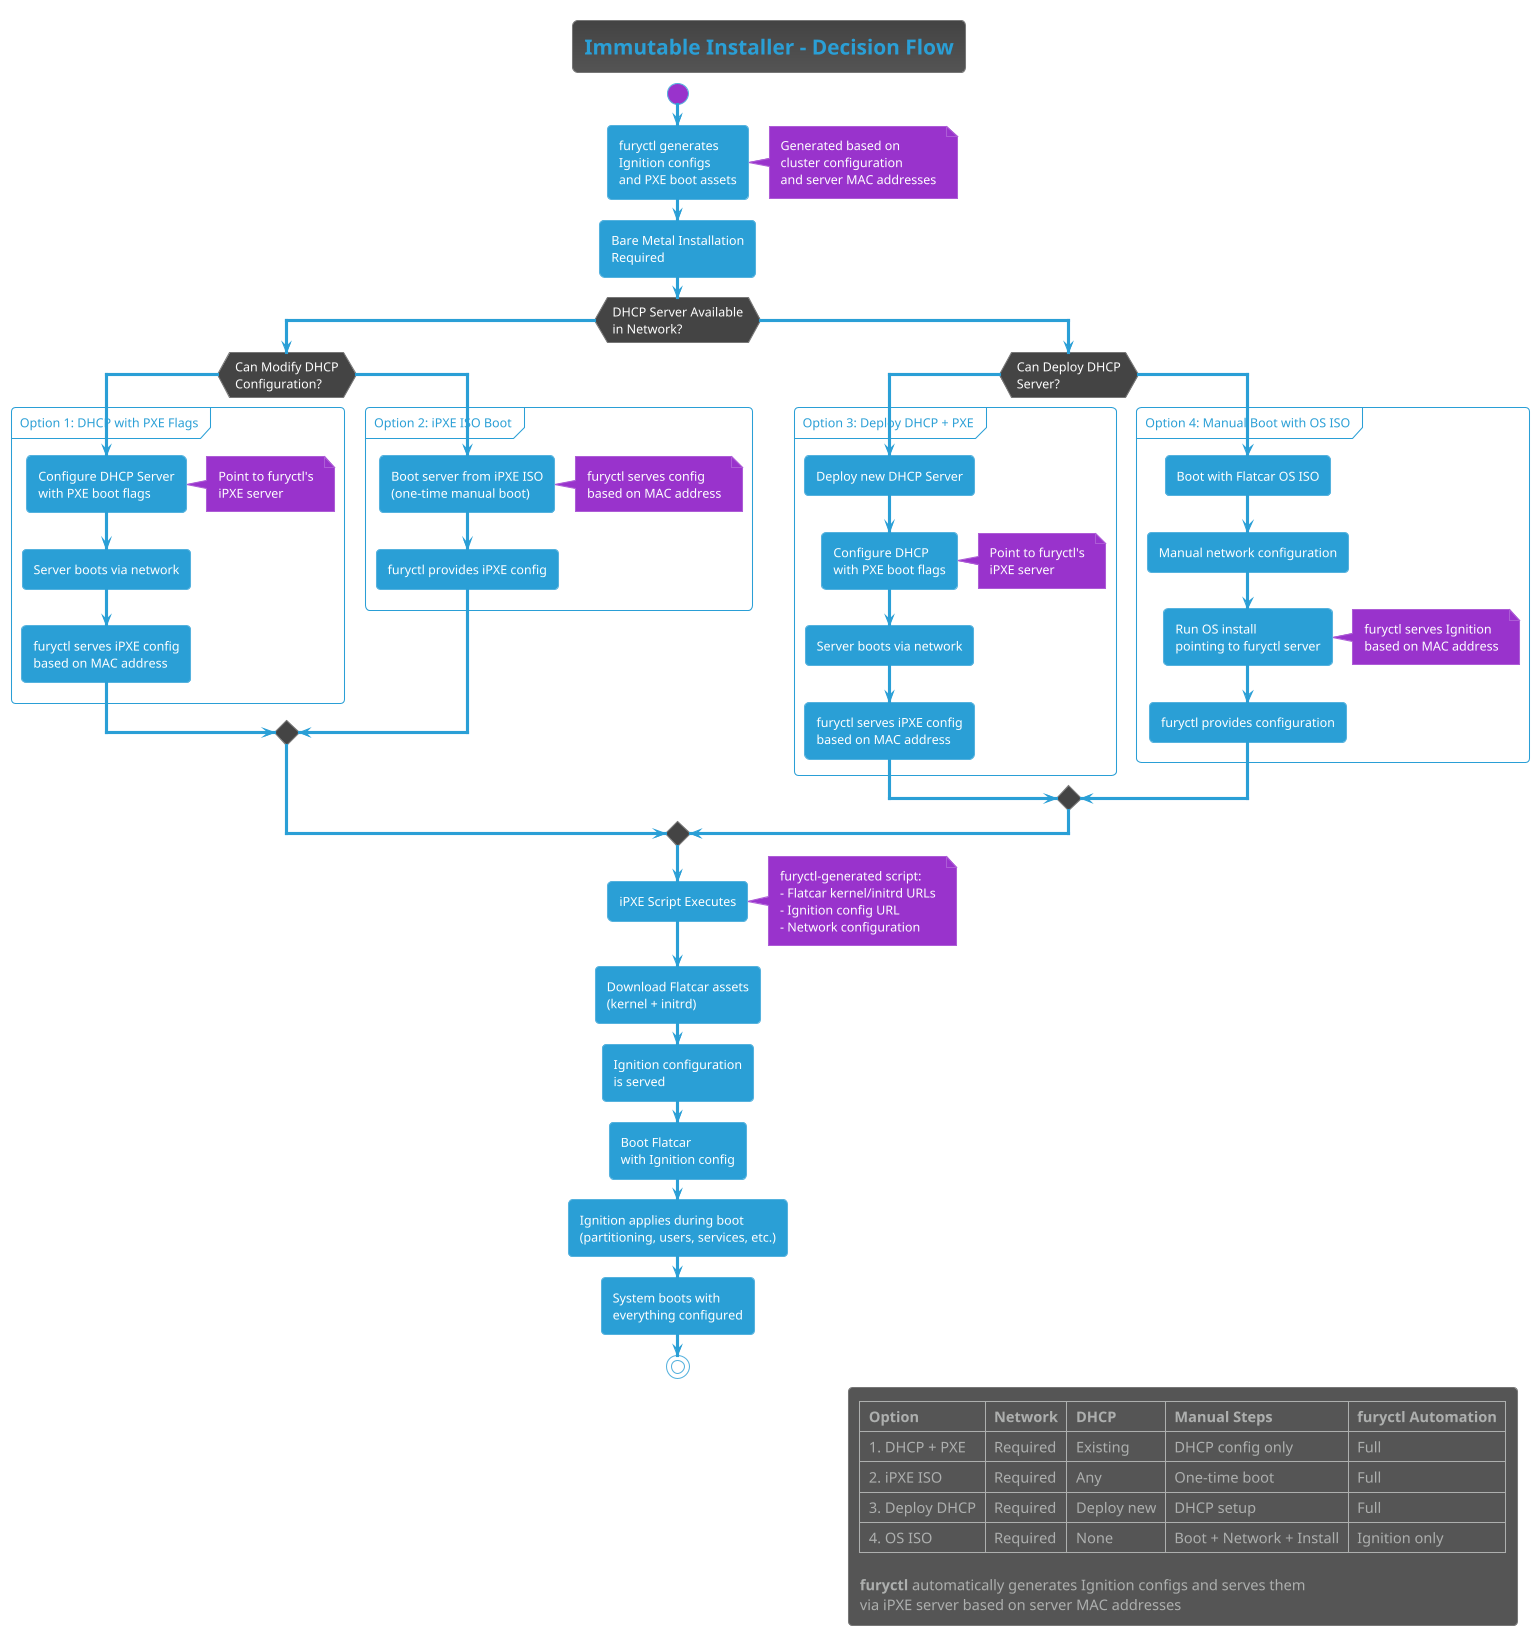
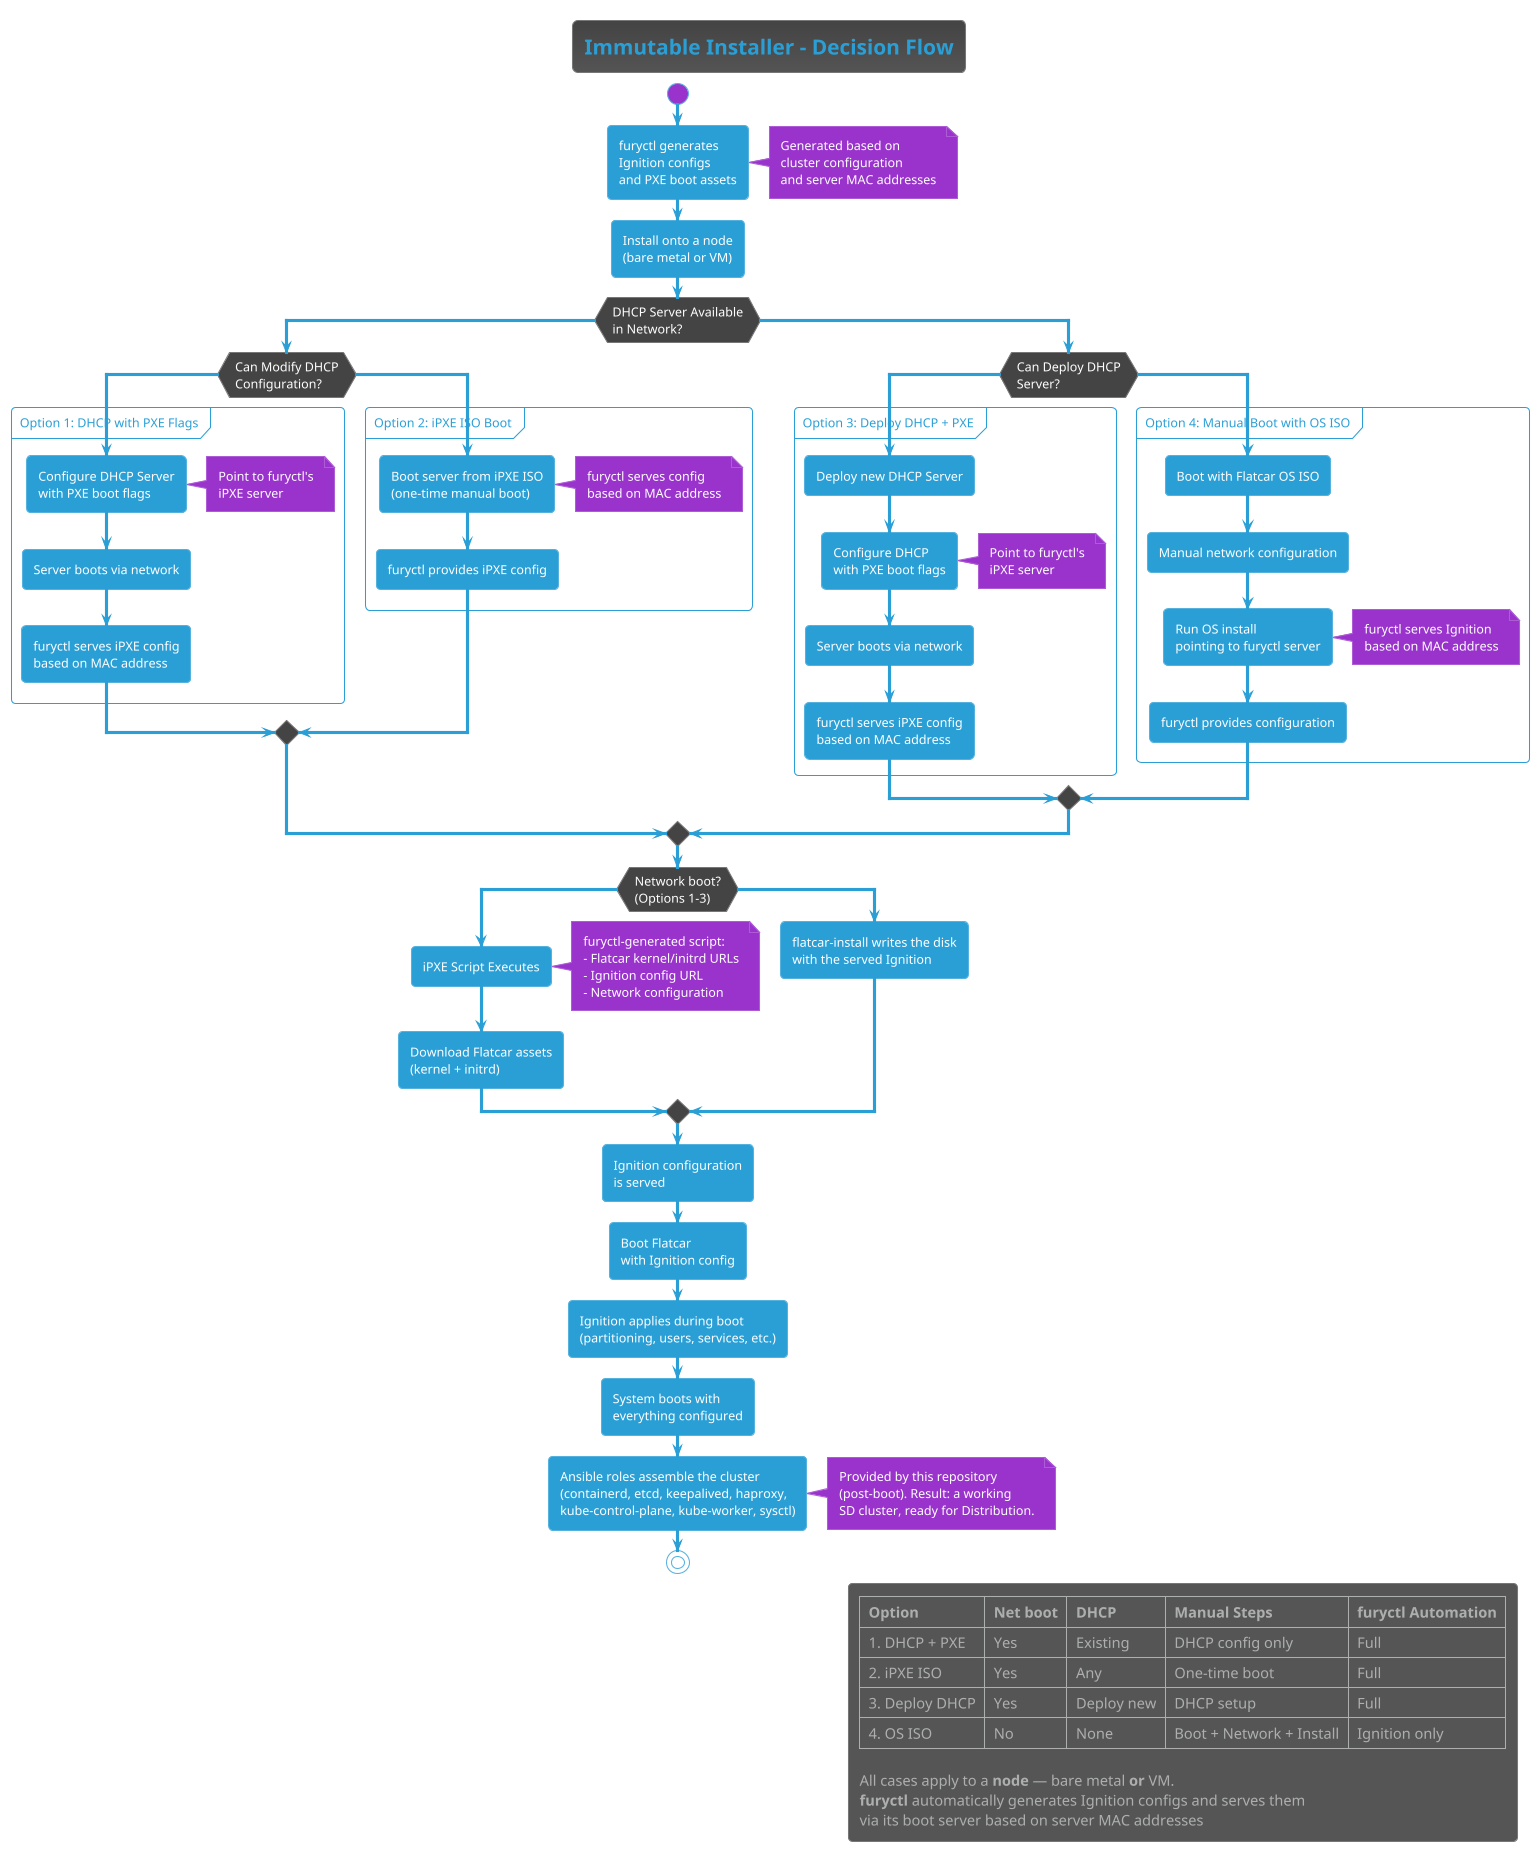
- @startuml Immutable Installer Decision Flow
+ @startuml immutable-baremetal-decision
!theme cyborg

title Immutable Installer - Decision Flow

start

:furyctl generates\nIgnition configs\nand PXE boot assets;
note right
  Generated based on
  cluster configuration
  and server MAC addresses
end note

- :Bare Metal Installation\nRequired;
+ :Install onto a node\n(bare metal or VM);

if (DHCP Server Available\nin Network?) then (yes)
  if (Can Modify DHCP\nConfiguration?) then (yes)
    partition "Option 1: DHCP with PXE Flags" {
      :Configure DHCP Server\nwith PXE boot flags;
      note right
        Point to furyctl's
        iPXE server
      end note
      :Server boots via network;
      :furyctl serves iPXE config\nbased on MAC address;
    }
  else (no)
    partition "Option 2: iPXE ISO Boot" {
      :Boot server from iPXE ISO\n(one-time manual boot);
      note right
        furyctl serves config
        based on MAC address
      end note
      :furyctl provides iPXE config;
    }
  endif
else (no)
  if (Can Deploy DHCP\nServer?) then (yes)
    partition "Option 3: Deploy DHCP + PXE" {
      :Deploy new DHCP Server;
      :Configure DHCP\nwith PXE boot flags;
      note right
        Point to furyctl's
        iPXE server
      end note
      :Server boots via network;
      :furyctl serves iPXE config\nbased on MAC address;
    }
  else (no)
    partition "Option 4: Manual Boot with OS ISO" {
      :Boot with Flatcar OS ISO;
      :Manual network configuration;
      :Run OS install\npointing to furyctl server;
      note right
        furyctl serves Ignition
        based on MAC address
      end note
      :furyctl provides configuration;
    }
  endif
endif

- :iPXE Script Executes;
- note right
-   furyctl-generated script:
-   - Flatcar kernel/initrd URLs
-   - Ignition config URL
-   - Network configuration
- end note
- 
- :Download Flatcar assets\n(kernel + initrd);
+ if (Network boot?\n(Options 1-3)) then (yes)
+   :iPXE Script Executes;
+   note right
+     furyctl-generated script:
+     - Flatcar kernel/initrd URLs
+     - Ignition config URL
+     - Network configuration
+   end note
+   :Download Flatcar assets\n(kernel + initrd);
+ else (no - Option 4: OS ISO)
+   :flatcar-install writes the disk\nwith the served Ignition;
+ endif

:Ignition configuration\nis served;

:Boot Flatcar\nwith Ignition config;

:Ignition applies during boot\n(partitioning, users, services, etc.);

:System boots with\neverything configured;

+ :Ansible roles assemble the cluster\n(containerd, etcd, keepalived, haproxy,\nkube-control-plane, kube-worker, sysctl);
+ note right
+   Provided by this repository
+   (post-boot). Result: a working
+   SD cluster, ready for Distribution.
+ end note
+ 
stop

legend right
-   |= Option |= Network |= DHCP |= Manual Steps |= furyctl Automation |
-   | 1. DHCP + PXE | Required | Existing | DHCP config only | Full |
-   | 2. iPXE ISO | Required | Any | One-time boot | Full |
-   | 3. Deploy DHCP | Required | Deploy new | DHCP setup | Full |
-   | 4. OS ISO | Required | None | Boot + Network + Install | Ignition only |
+   |= Option |= Net boot |= DHCP |= Manual Steps |= furyctl Automation |
+   | 1. DHCP + PXE | Yes | Existing | DHCP config only | Full |
+   | 2. iPXE ISO | Yes | Any | One-time boot | Full |
+   | 3. Deploy DHCP | Yes | Deploy new | DHCP setup | Full |
+   | 4. OS ISO | No | None | Boot + Network + Install | Ignition only |

+   All cases apply to a **node** — bare metal **or** VM.
  **furyctl** automatically generates Ignition configs and serves them
-   via iPXE server based on server MAC addresses
+   via its boot server based on server MAC addresses
endlegend

@enduml
